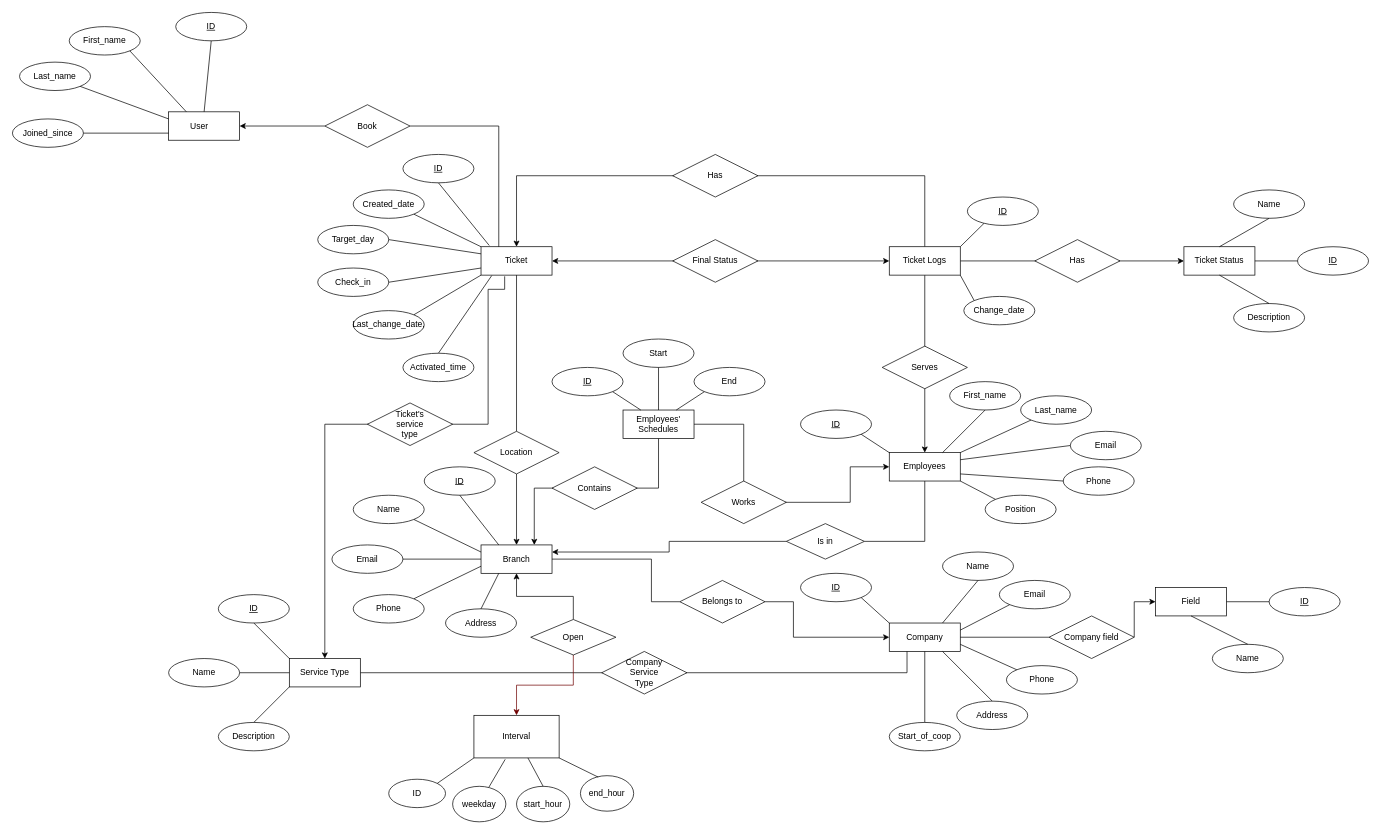
The draw.io diagram newesy vers.drawio in MovsisyanM/DB-Queues, before the edit. Source tidied: cells renumbered, new cells numbered last; positions are measured from the earlier drawing's top-left corner, leaving out a move shared by most shapes. Both pictures are drawn from the tidied source at 71%, with x=0, y=0 at pixel (12, 12).
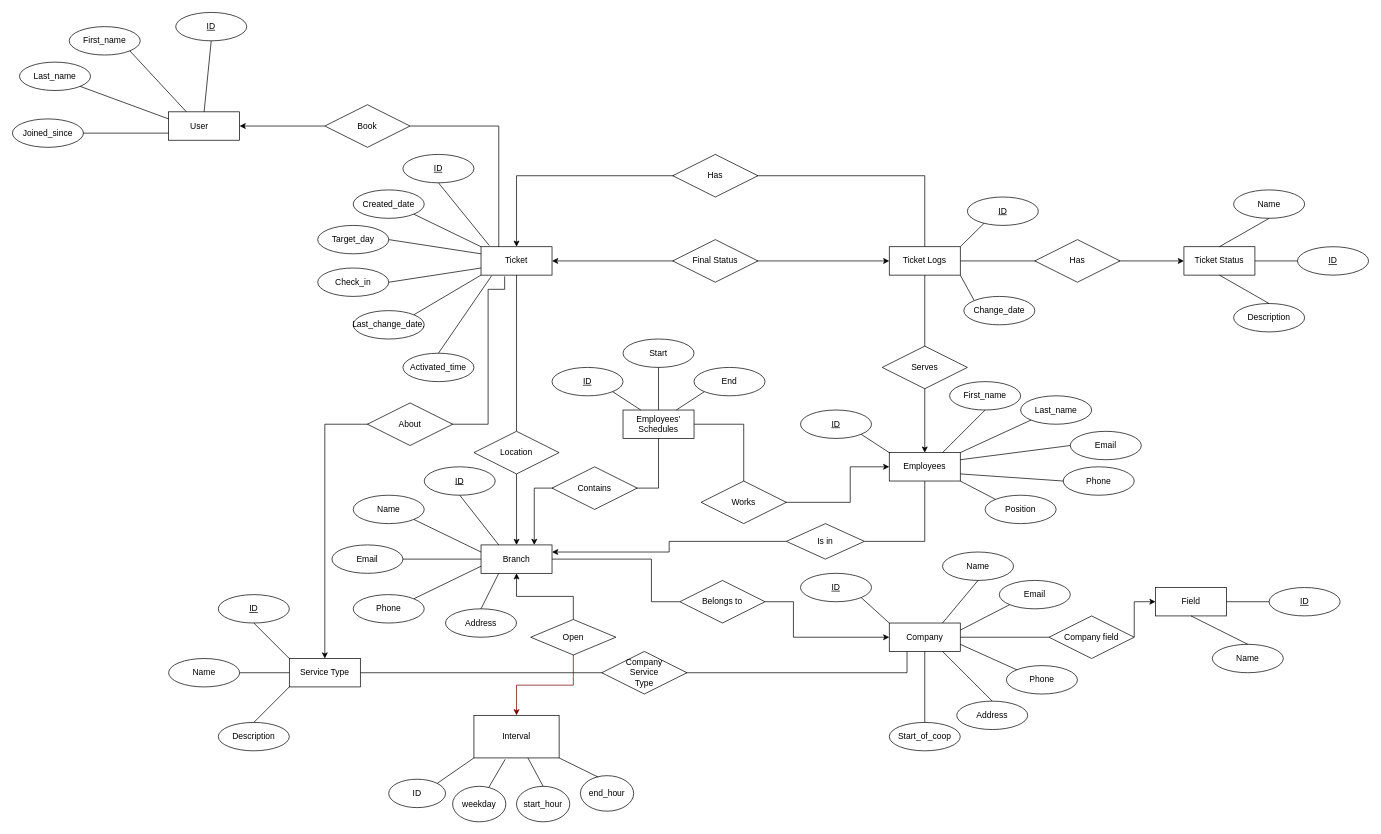
Above is the later version.

Commit message:
Renamed rel. 'Ticket's Service Type' to 'About'

The edit, as a diff of the source:
```diff
@@
-    <mxCell id="115" value="Ticket's&lt;br&gt;service&lt;br&gt;type" style="shape=rhombus;perimeter=rhombusPerimeter;whiteSpace=wrap;html=1;align=center;" parent="1" vertex="1">
+    <mxCell id="115" value="About" style="shape=rhombus;perimeter=rhombusPerimeter;whiteSpace=wrap;html=1;align=center;" parent="1" vertex="1">
       <mxGeometry x="500" y="550" width="120" height="60" as="geometry" />
     </mxCell>
```
